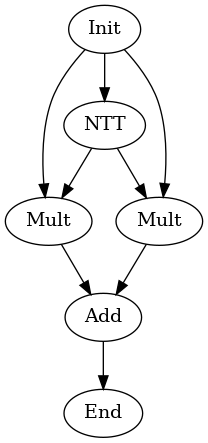
hal-lab-u-tokyo/PolyFHE keeps this Graphviz diagram as data/graph_poly.dot.png. Above is the earlier version. Its source is kept beside it as data/graph_poly.dot.
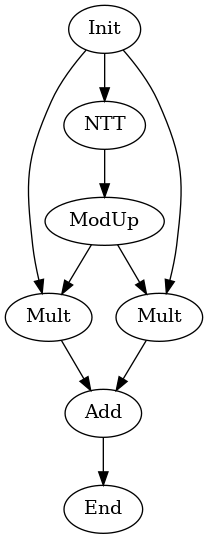
After the commit.

Commit message:
add Modup to benchmark

The edit, as a diff of the source:
```diff
@@ -2,14 +2,16 @@
 Init[label="Init"];
 End[label="End"];
 NTT[label="NTT"];
+ModUp[label="ModUp"];
 Mult0[label="Mult"];
 Mult1[label="Mult"];
 Add[label="Add"];
 Init -> NTT;
 Init -> Mult0;
 Init -> Mult1;
-NTT -> Mult0;
-NTT -> Mult1;
+NTT -> ModUp;
+ModUp -> Mult0;
+ModUp -> Mult1;
 Mult0 -> Add;
 Mult1 -> Add;
 Add -> End;
```
